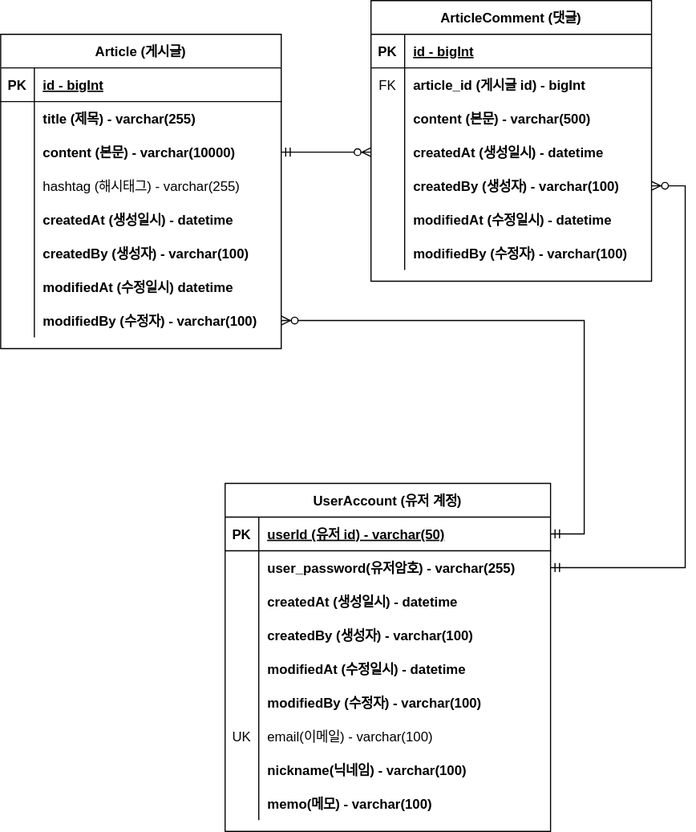
The draw.io diagram document/project-board-erd.drawio.svg in kangdaelyeol/fc-project, before a commit. Source tidied: cells renumbered, new cells last; positions are measured from the earlier drawing's top-left corner, leaving out a move shared by most shapes.
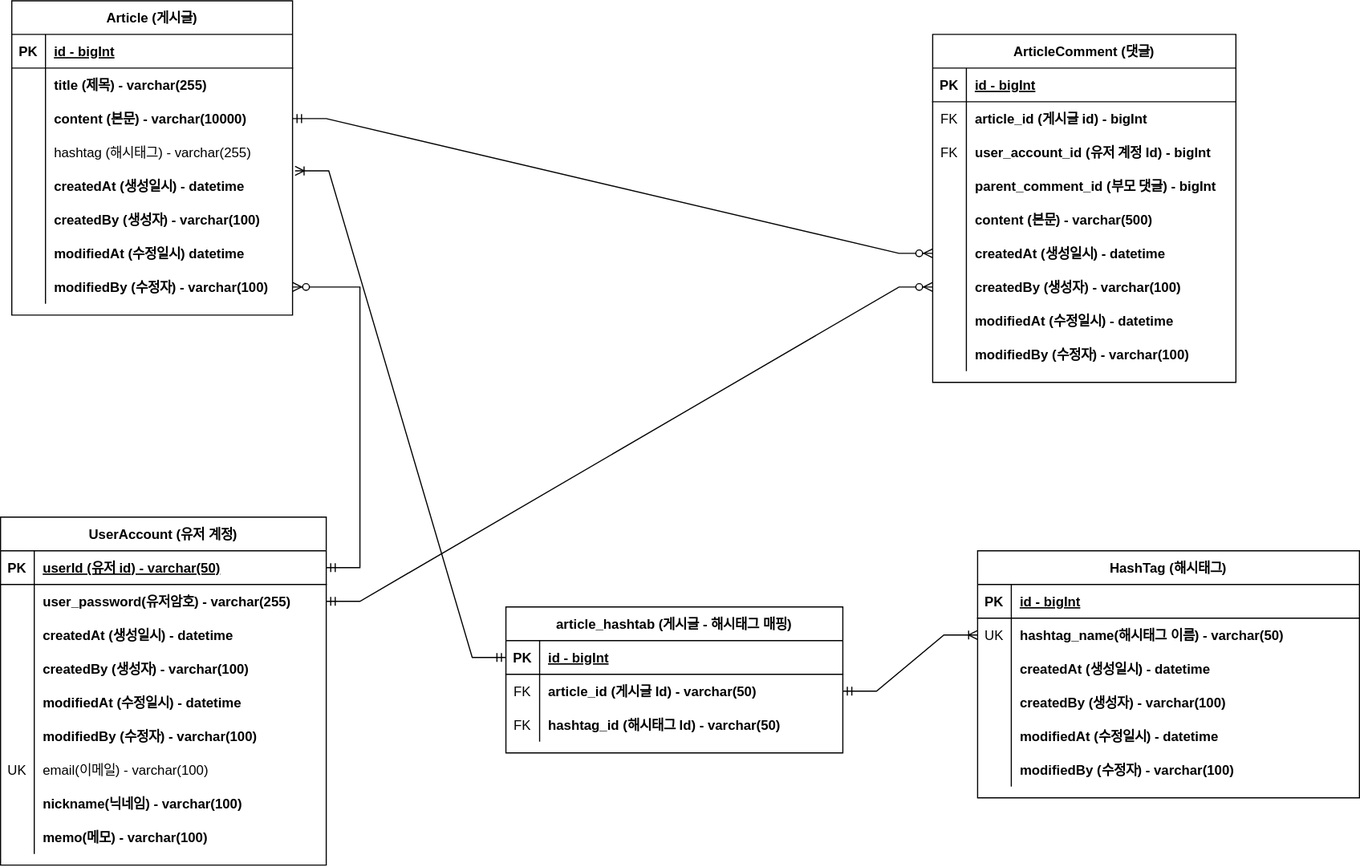
After the change.

Commit message:
#49 - project-board-erd.drawio.svg 업데이트: 대댓글, 해시태그

Diff of the diagram source:
```diff
@@ -3,70 +3,88 @@
     <mxCell id="0" />
     <mxCell id="1" parent="0" />
     <mxCell id="2" value="ArticleComment (댓글)" style="shape=table;startSize=30;rowLines=0;fontStyle=1;align=center;" parent="1" vertex="1">
-      <mxGeometry x="330" width="250" height="250" as="geometry" />
+      <mxGeometry x="820" y="60" width="270" height="310" as="geometry" />
     </mxCell>
     <mxCell id="3" style="shape=partialRectangle;fillColor=none;top=0;left=0;right=0;bottom=1;" parent="2" vertex="1">
-      <mxGeometry y="30" width="250" height="30" as="geometry" />
+      <mxGeometry y="30" width="270" height="30" as="geometry" />
     </mxCell>
     <mxCell id="4" value="PK" style="shape=partialRectangle;overflow=hidden;fillColor=none;top=0;left=0;bottom=0;right=0;fontStyle=1;" parent="3" vertex="1">
       <mxGeometry width="30" height="30" as="geometry" />
     </mxCell>
     <mxCell id="5" value="id - bigInt" style="shape=partialRectangle;overflow=hidden;fillColor=none;top=0;left=0;bottom=0;right=0;align=left;spacingLeft=6;fontStyle=5;" parent="3" vertex="1">
-      <mxGeometry x="30" width="220" height="30" as="geometry" />
+      <mxGeometry x="30" width="240" height="30" as="geometry" />
     </mxCell>
     <mxCell id="6" style="shape=partialRectangle;fillColor=none;top=0;left=0;right=0;bottom=0;" parent="2" vertex="1">
-      <mxGeometry y="60" width="250" height="30" as="geometry" />
+      <mxGeometry y="60" width="270" height="30" as="geometry" />
     </mxCell>
     <mxCell id="7" value="FK" style="shape=partialRectangle;overflow=hidden;fillColor=none;top=0;left=0;bottom=0;right=0;" parent="6" vertex="1">
       <mxGeometry width="30" height="30" as="geometry" />
     </mxCell>
     <mxCell id="8" value="article_id (게시글 id) - bigInt" style="shape=partialRectangle;overflow=hidden;fillColor=none;top=0;left=0;bottom=0;right=0;align=left;spacingLeft=6;fontStyle=1;" parent="6" vertex="1">
-      <mxGeometry x="30" width="220" height="30" as="geometry" />
+      <mxGeometry x="30" width="240" height="30" as="geometry" />
     </mxCell>
+    <mxCell id="80" style="shape=partialRectangle;fillColor=none;top=0;left=0;right=0;bottom=0;" parent="2" vertex="1">
+      <mxGeometry y="90" width="270" height="30" as="geometry" />
+    </mxCell>
+    <mxCell id="81" value="FK" style="shape=partialRectangle;overflow=hidden;fillColor=none;top=0;left=0;bottom=0;right=0;" parent="80" vertex="1">
+      <mxGeometry width="30" height="30" as="geometry" />
+    </mxCell>
+    <mxCell id="82" value="user_account_id (유저 계정 Id) - bigInt" style="shape=partialRectangle;overflow=hidden;fillColor=none;top=0;left=0;bottom=0;right=0;align=left;spacingLeft=6;fontStyle=1;" parent="80" vertex="1">
+      <mxGeometry x="30" width="240" height="30" as="geometry" />
+    </mxCell>
+    <mxCell id="83" style="shape=partialRectangle;fillColor=none;top=0;left=0;right=0;bottom=0;" parent="2" vertex="1">
+      <mxGeometry y="120" width="270" height="30" as="geometry" />
+    </mxCell>
+    <mxCell id="84" style="shape=partialRectangle;overflow=hidden;fillColor=none;top=0;left=0;bottom=0;right=0;" parent="83" vertex="1">
+      <mxGeometry width="30" height="30" as="geometry" />
+    </mxCell>
+    <mxCell id="85" value="parent_comment_id (부모 댓글) - bigInt" style="shape=partialRectangle;overflow=hidden;fillColor=none;top=0;left=0;bottom=0;right=0;align=left;spacingLeft=6;fontStyle=1;" parent="83" vertex="1">
+      <mxGeometry x="30" width="240" height="30" as="geometry" />
+    </mxCell>
     <mxCell id="9" style="shape=partialRectangle;fillColor=none;top=0;left=0;right=0;bottom=0;" parent="2" vertex="1">
-      <mxGeometry y="90" width="250" height="30" as="geometry" />
+      <mxGeometry y="150" width="270" height="30" as="geometry" />
     </mxCell>
     <mxCell id="10" style="shape=partialRectangle;overflow=hidden;fillColor=none;top=0;left=0;bottom=0;right=0;" parent="9" vertex="1">
       <mxGeometry width="30" height="30" as="geometry" />
     </mxCell>
     <mxCell id="11" value="content (본문) - varchar(500)" style="shape=partialRectangle;overflow=hidden;fillColor=none;top=0;left=0;bottom=0;right=0;align=left;spacingLeft=6;fontStyle=1;" parent="9" vertex="1">
-      <mxGeometry x="30" width="220" height="30" as="geometry" />
+      <mxGeometry x="30" width="240" height="30" as="geometry" />
     </mxCell>
     <mxCell id="12" style="shape=partialRectangle;fillColor=none;points=[[0,0.5],[1,0.5]];portConstraint=eastwest;top=0;left=0;right=0;bottom=0;" parent="2" vertex="1">
-      <mxGeometry y="120" width="250" height="30" as="geometry" />
+      <mxGeometry y="180" width="270" height="30" as="geometry" />
     </mxCell>
     <mxCell id="13" style="shape=partialRectangle;overflow=hidden;fillColor=none;top=0;left=0;bottom=0;right=0;" parent="12" vertex="1">
       <mxGeometry width="30" height="30" as="geometry" />
     </mxCell>
     <mxCell id="14" value="createdAt (생성일시) - datetime" style="shape=partialRectangle;overflow=hidden;fillColor=none;top=0;left=0;bottom=0;right=0;align=left;spacingLeft=6;fontStyle=1;" parent="12" vertex="1">
-      <mxGeometry x="30" width="220" height="30" as="geometry" />
+      <mxGeometry x="30" width="240" height="30" as="geometry" />
     </mxCell>
     <mxCell id="15" style="shape=partialRectangle;fillColor=none;points=[[0,0.5],[1,0.5]];portConstraint=eastwest;top=0;left=0;right=0;bottom=0;" parent="2" vertex="1">
-      <mxGeometry y="150" width="250" height="30" as="geometry" />
+      <mxGeometry y="210" width="270" height="30" as="geometry" />
     </mxCell>
     <mxCell id="16" style="shape=partialRectangle;overflow=hidden;fillColor=none;top=0;left=0;bottom=0;right=0;" parent="15" vertex="1">
       <mxGeometry width="30" height="30" as="geometry" />
     </mxCell>
     <mxCell id="17" value="createdBy (생성자) - varchar(100)" style="shape=partialRectangle;overflow=hidden;fillColor=none;top=0;left=0;bottom=0;right=0;align=left;spacingLeft=6;fontStyle=1;" parent="15" vertex="1">
-      <mxGeometry x="30" width="220" height="30" as="geometry" />
+      <mxGeometry x="30" width="240" height="30" as="geometry" />
     </mxCell>
     <mxCell id="18" style="shape=partialRectangle;fillColor=none;top=0;left=0;right=0;bottom=0;" parent="2" vertex="1">
-      <mxGeometry y="180" width="250" height="30" as="geometry" />
+      <mxGeometry y="240" width="270" height="30" as="geometry" />
     </mxCell>
     <mxCell id="19" style="shape=partialRectangle;overflow=hidden;fillColor=none;top=0;left=0;bottom=0;right=0;" parent="18" vertex="1">
       <mxGeometry width="30" height="30" as="geometry" />
     </mxCell>
     <mxCell id="20" value="modifiedAt (수정일시) - datetime" style="shape=partialRectangle;overflow=hidden;fillColor=none;top=0;left=0;bottom=0;right=0;align=left;spacingLeft=6;fontStyle=1;" parent="18" vertex="1">
-      <mxGeometry x="30" width="220" height="30" as="geometry" />
+      <mxGeometry x="30" width="240" height="30" as="geometry" />
     </mxCell>
     <mxCell id="21" style="shape=partialRectangle;fillColor=none;top=0;left=0;right=0;bottom=0;" parent="2" vertex="1">
-      <mxGeometry y="210" width="250" height="30" as="geometry" />
+      <mxGeometry y="270" width="270" height="30" as="geometry" />
     </mxCell>
     <mxCell id="22" style="shape=partialRectangle;overflow=hidden;fillColor=none;top=0;left=0;bottom=0;right=0;" parent="21" vertex="1">
       <mxGeometry width="30" height="30" as="geometry" />
     </mxCell>
     <mxCell id="23" value="modifiedBy (수정자) - varchar(100)" style="shape=partialRectangle;overflow=hidden;fillColor=none;top=0;left=0;bottom=0;right=0;align=left;spacingLeft=6;fontStyle=1;" parent="21" vertex="1">
-      <mxGeometry x="30" width="220" height="30" as="geometry" />
+      <mxGeometry x="30" width="240" height="30" as="geometry" />
     </mxCell>
     <mxCell id="24" value="Article (게시글)" style="shape=table;startSize=30;rowLines=0;fontStyle=1;align=center;" parent="1" vertex="1">
       <mxGeometry y="30" width="250" height="280" as="geometry" />
@@ -162,7 +180,7 @@
       </mxGeometry>
     </mxCell>
     <mxCell id="52" value="UserAccount (유저 계정)" style="shape=table;startSize=30;rowLines=0;fontStyle=1;align=center;" parent="1" vertex="1">
-      <mxGeometry x="200" y="430" width="290" height="310" as="geometry" />
+      <mxGeometry x="-10" y="490" width="290" height="310" as="geometry" />
     </mxCell>
     <mxCell id="53" style="shape=partialRectangle;fillColor=none;points=[[0,0.5],[1,0.5]];portConstraint=eastwest;top=0;left=0;right=0;bottom=1;" parent="52" vertex="1">
       <mxGeometry y="30" width="290" height="30" as="geometry" />
@@ -245,5 +263,98 @@
     <mxCell id="79" value="memo(메모) - varchar(100)" style="shape=partialRectangle;overflow=hidden;fillColor=none;top=0;left=0;bottom=0;right=0;align=left;spacingLeft=6;fontStyle=1;" parent="77" vertex="1">
       <mxGeometry x="30" width="260" height="30" as="geometry" />
     </mxCell>
+    <mxCell id="86" value="HashTag (해시태그)" style="shape=table;startSize=30;rowLines=0;fontStyle=1;align=center;" parent="1" vertex="1">
+      <mxGeometry x="860" y="520" width="340" height="220" as="geometry" />
+    </mxCell>
+    <mxCell id="87" style="shape=partialRectangle;fillColor=none;top=0;left=0;right=0;bottom=1;" parent="86" vertex="1">
+      <mxGeometry y="30" width="340" height="30" as="geometry" />
+    </mxCell>
+    <mxCell id="88" value="PK" style="shape=partialRectangle;overflow=hidden;fillColor=none;top=0;left=0;bottom=0;right=0;fontStyle=1;" parent="87" vertex="1">
+      <mxGeometry width="30" height="30" as="geometry" />
+    </mxCell>
+    <mxCell id="89" value="id - bigInt" style="shape=partialRectangle;overflow=hidden;fillColor=none;top=0;left=0;bottom=0;right=0;align=left;spacingLeft=6;fontStyle=5;" parent="87" vertex="1">
+      <mxGeometry x="30" width="310" height="30" as="geometry" />
+    </mxCell>
+    <mxCell id="90" style="shape=partialRectangle;fillColor=none;points=[[0,0.5],[1,0.5]];portConstraint=eastwest;top=0;left=0;right=0;bottom=0;" parent="86" vertex="1">
+      <mxGeometry y="60" width="340" height="30" as="geometry" />
+    </mxCell>
+    <mxCell id="91" value="UK" style="shape=partialRectangle;overflow=hidden;fillColor=none;top=0;left=0;bottom=0;right=0;" parent="90" vertex="1">
+      <mxGeometry width="30" height="30" as="geometry" />
+    </mxCell>
+    <mxCell id="92" value="hashtag_name(해시태그 이름) - varchar(50)" style="shape=partialRectangle;overflow=hidden;fillColor=none;top=0;left=0;bottom=0;right=0;align=left;spacingLeft=6;fontStyle=1;" parent="90" vertex="1">
+      <mxGeometry x="30" width="310" height="30" as="geometry" />
+    </mxCell>
+    <mxCell id="93" style="shape=partialRectangle;fillColor=none;top=0;left=0;right=0;bottom=0;" parent="86" vertex="1">
+      <mxGeometry y="90" width="340" height="30" as="geometry" />
+    </mxCell>
+    <mxCell id="94" style="shape=partialRectangle;overflow=hidden;fillColor=none;top=0;left=0;bottom=0;right=0;" parent="93" vertex="1">
+      <mxGeometry width="30" height="30" as="geometry" />
+    </mxCell>
+    <mxCell id="95" value="createdAt (생성일시) - datetime" style="shape=partialRectangle;overflow=hidden;fillColor=none;top=0;left=0;bottom=0;right=0;align=left;spacingLeft=6;fontStyle=1;" parent="93" vertex="1">
+      <mxGeometry x="30" width="310" height="30" as="geometry" />
+    </mxCell>
+    <mxCell id="96" style="shape=partialRectangle;fillColor=none;top=0;left=0;right=0;bottom=0;" parent="86" vertex="1">
+      <mxGeometry y="120" width="340" height="30" as="geometry" />
+    </mxCell>
+    <mxCell id="97" style="shape=partialRectangle;overflow=hidden;fillColor=none;top=0;left=0;bottom=0;right=0;" parent="96" vertex="1">
+      <mxGeometry width="30" height="30" as="geometry" />
+    </mxCell>
+    <mxCell id="98" value="createdBy (생성자) - varchar(100)" style="shape=partialRectangle;overflow=hidden;fillColor=none;top=0;left=0;bottom=0;right=0;align=left;spacingLeft=6;fontStyle=1;" parent="96" vertex="1">
+      <mxGeometry x="30" width="310" height="30" as="geometry" />
+    </mxCell>
+    <mxCell id="99" style="shape=partialRectangle;fillColor=none;top=0;left=0;right=0;bottom=0;" parent="86" vertex="1">
+      <mxGeometry y="150" width="340" height="30" as="geometry" />
+    </mxCell>
+    <mxCell id="100" style="shape=partialRectangle;overflow=hidden;fillColor=none;top=0;left=0;bottom=0;right=0;" parent="99" vertex="1">
+      <mxGeometry width="30" height="30" as="geometry" />
+    </mxCell>
+    <mxCell id="101" value="modifiedAt (수정일시) - datetime" style="shape=partialRectangle;overflow=hidden;fillColor=none;top=0;left=0;bottom=0;right=0;align=left;spacingLeft=6;fontStyle=1;" parent="99" vertex="1">
+      <mxGeometry x="30" width="310" height="30" as="geometry" />
+    </mxCell>
+    <mxCell id="102" style="shape=partialRectangle;fillColor=none;top=0;left=0;right=0;bottom=0;" parent="86" vertex="1">
+      <mxGeometry y="180" width="340" height="30" as="geometry" />
+    </mxCell>
+    <mxCell id="103" style="shape=partialRectangle;overflow=hidden;fillColor=none;top=0;left=0;bottom=0;right=0;" parent="102" vertex="1">
+      <mxGeometry width="30" height="30" as="geometry" />
+    </mxCell>
+    <mxCell id="104" value="modifiedBy (수정자) - varchar(100)" style="shape=partialRectangle;overflow=hidden;fillColor=none;top=0;left=0;bottom=0;right=0;align=left;spacingLeft=6;fontStyle=1;" parent="102" vertex="1">
+      <mxGeometry x="30" width="310" height="30" as="geometry" />
+    </mxCell>
+    <mxCell id="105" value="article_hashtab (게시글 - 해시태그 매핑)" style="shape=table;startSize=30;rowLines=0;fontStyle=1;align=center;" parent="1" vertex="1">
+      <mxGeometry x="440" y="570" width="300" height="130" as="geometry" />
+    </mxCell>
+    <mxCell id="106" style="shape=partialRectangle;fillColor=none;points=[[0,0.5],[1,0.5]];portConstraint=eastwest;top=0;left=0;right=0;bottom=1;" parent="105" vertex="1">
+      <mxGeometry y="30" width="300" height="30" as="geometry" />
+    </mxCell>
+    <mxCell id="107" value="PK" style="shape=partialRectangle;overflow=hidden;fillColor=none;top=0;left=0;bottom=0;right=0;fontStyle=1;" parent="106" vertex="1">
+      <mxGeometry width="30" height="30" as="geometry" />
+    </mxCell>
+    <mxCell id="108" value="id - bigInt" style="shape=partialRectangle;overflow=hidden;fillColor=none;top=0;left=0;bottom=0;right=0;align=left;spacingLeft=6;fontStyle=5;" parent="106" vertex="1">
+      <mxGeometry x="30" width="270" height="30" as="geometry" />
+    </mxCell>
+    <mxCell id="109" style="shape=partialRectangle;fillColor=none;points=[[0,0.5],[1,0.5]];portConstraint=eastwest;top=0;left=0;right=0;bottom=0;" parent="105" vertex="1">
+      <mxGeometry y="60" width="300" height="30" as="geometry" />
+    </mxCell>
+    <mxCell id="110" value="FK" style="shape=partialRectangle;overflow=hidden;fillColor=none;top=0;left=0;bottom=0;right=0;" parent="109" vertex="1">
+      <mxGeometry width="30" height="30" as="geometry" />
+    </mxCell>
+    <mxCell id="111" value="article_id (게시글 Id) - varchar(50)" style="shape=partialRectangle;overflow=hidden;fillColor=none;top=0;left=0;bottom=0;right=0;align=left;spacingLeft=6;fontStyle=1;" parent="109" vertex="1">
+      <mxGeometry x="30" width="270" height="30" as="geometry" />
+    </mxCell>
+    <mxCell id="112" style="shape=partialRectangle;fillColor=none;top=0;left=0;right=0;bottom=0;" parent="105" vertex="1">
+      <mxGeometry y="90" width="300" height="30" as="geometry" />
+    </mxCell>
+    <mxCell id="113" value="FK" style="shape=partialRectangle;overflow=hidden;fillColor=none;top=0;left=0;bottom=0;right=0;" parent="112" vertex="1">
+      <mxGeometry width="30" height="30" as="geometry" />
+    </mxCell>
+    <mxCell id="114" value="hashtag_id (해시태그 Id) - varchar(50)" style="shape=partialRectangle;overflow=hidden;fillColor=none;top=0;left=0;bottom=0;right=0;align=left;spacingLeft=6;fontStyle=1;" parent="112" vertex="1">
+      <mxGeometry x="30" width="270" height="30" as="geometry" />
+    </mxCell>
+    <mxCell id="115" style="edgeStyle=entityRelationEdgeStyle;fontSize=12;html=1;endArrow=ERoneToMany;startArrow=ERmandOne;rounded=0;entryX=1.009;entryY=0.052;entryDx=0;entryDy=0;entryPerimeter=0;exitX=0;exitY=0.5;exitDx=0;exitDy=0;" parent="1" edge="1" source="106" target="37">
+      <mxGeometry relative="1" as="geometry" />
+    </mxCell>
+    <mxCell id="116" style="edgeStyle=entityRelationEdgeStyle;fontSize=12;html=1;endArrow=ERoneToMany;startArrow=ERmandOne;rounded=0;entryX=0;entryY=0.5;entryDx=0;entryDy=0;exitX=1;exitY=0.5;exitDx=0;exitDy=0;" parent="1" edge="1" source="109" target="90">
+      <mxGeometry relative="1" as="geometry" />
+    </mxCell>
   </root>
 </mxGraphModel>
```
